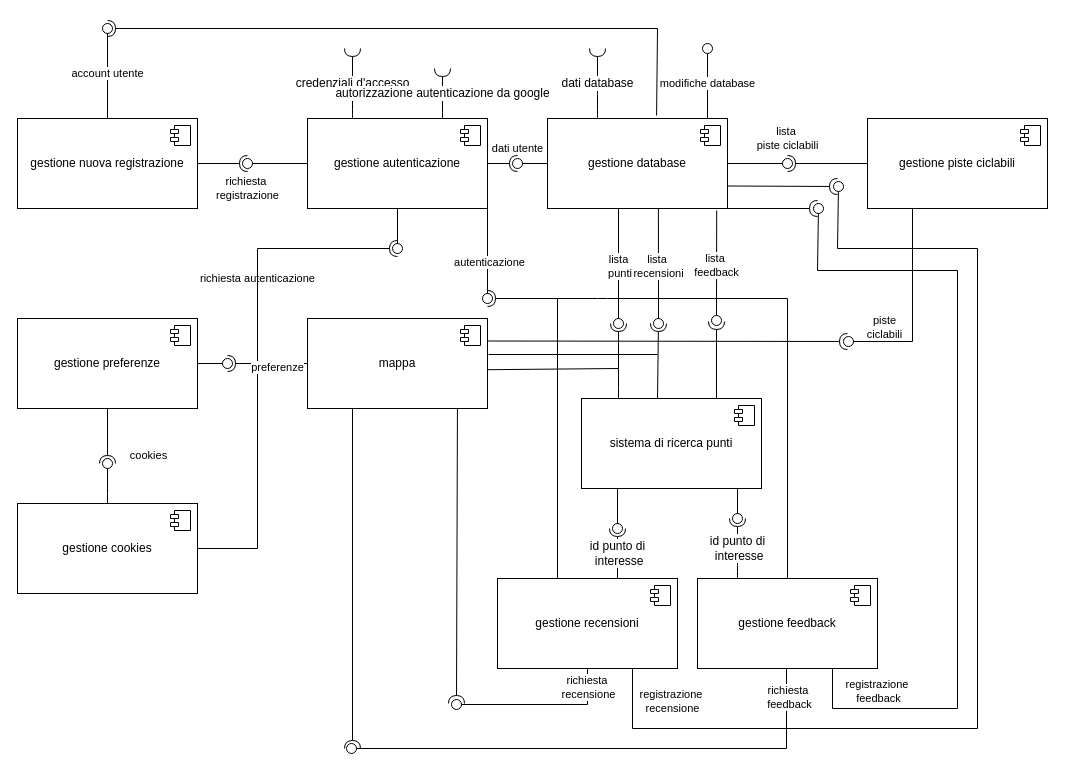
The draw.io diagram componenti.drawio in riccardoFinelloUniTn/BikeInfo, before the edit. Source tidied: cells renumbered, new cells numbered last; positions are measured from the earlier drawing's top-left corner, leaving out a move shared by most shapes. Both pictures are drawn from the tidied source at 100%, with x=0, y=0 at pixel (17, 28).
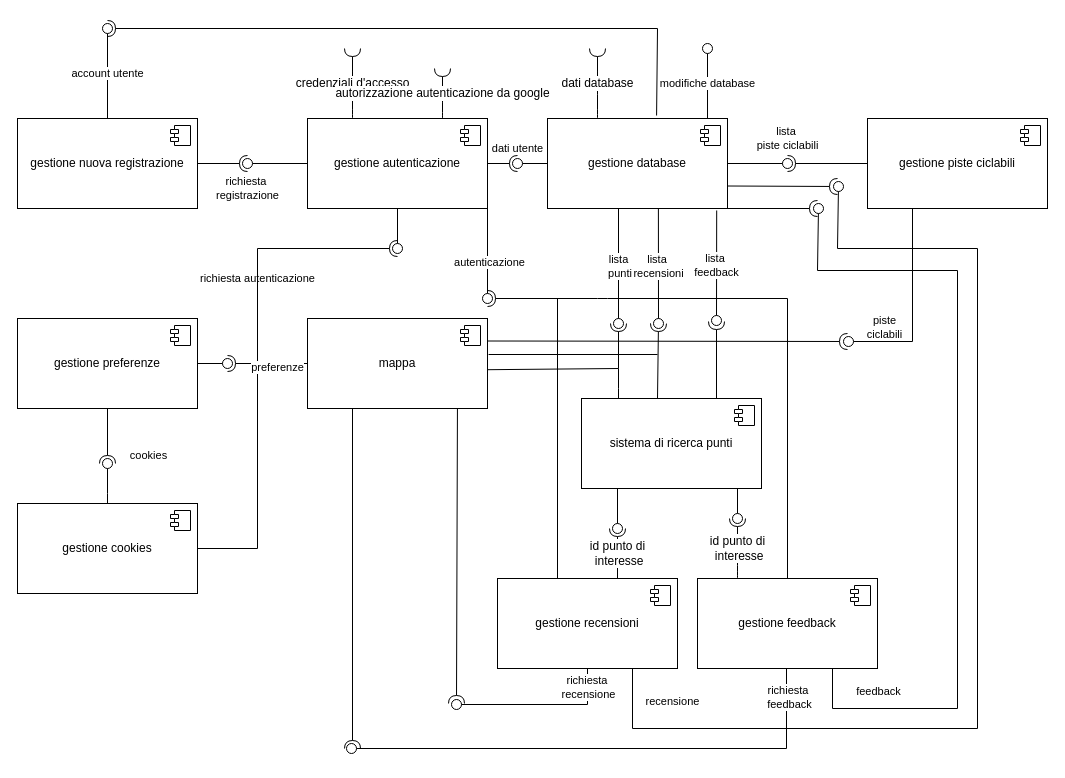
Above is the later version.

The change refers to these unchanged cells:
```xml
<mxCell id="68" style="rounded=0;jettySize=auto;html=1;endArrow=oval;endFill=0;sketch=0;sourcePerimeterSpacing=0;targetPerimeterSpacing=0;endSize=10;exitX=0.75;exitY=1;exitDx=0;exitDy=0;" parent="1" edge="1" source="4" target="67">
  <mxGeometry relative="1" as="geometry">
    <Array as="points">
      <mxPoint x="615" y="700" />
      <mxPoint x="960" y="700" />
      <mxPoint x="960" y="220" />
      <mxPoint x="820" y="220" />
    </Array>
  </mxGeometry>
</mxCell>
<mxCell id="71" style="rounded=0;jettySize=auto;html=1;endArrow=oval;endFill=0;sketch=0;sourcePerimeterSpacing=0;targetPerimeterSpacing=0;endSize=10;exitX=0.75;exitY=1;exitDx=0;exitDy=0;" parent="1" edge="1" source="8">
  <mxGeometry relative="1" as="geometry">
    <mxPoint x="801" y="180" as="targetPoint" />
    <Array as="points">
      <mxPoint x="815" y="680" />
      <mxPoint x="940" y="680" />
      <mxPoint x="940" y="242" />
      <mxPoint x="800" y="242" />
    </Array>
  </mxGeometry>
</mxCell>
```

Diff of the diagram source:
```diff
@@
-    <mxCell id="69" value="registrazione&amp;nbsp;&lt;div&gt;recensione&lt;/div&gt;" style="edgeLabel;html=1;align=center;verticalAlign=middle;" parent="68" vertex="1">
+    <mxCell id="69" value="recensione" style="edgeLabel;html=1;align=center;verticalAlign=middle;" parent="68" vertex="1">
       <mxGeometry x="-0.93" y="2" relative="1" as="geometry">
         <mxPoint x="37" y="-6" as="offset" />
       </mxGeometry>
     </mxCell>
@@
-    <mxCell id="72" value="registrazione&amp;nbsp;&lt;div&gt;feedback&lt;/div&gt;" style="edgeLabel;html=1;align=center;verticalAlign=middle;" parent="71" vertex="1">
+    <mxCell id="72" value="feedback" style="edgeLabel;html=1;align=center;verticalAlign=middle;" parent="71" vertex="1">
       <mxGeometry x="-0.93" y="2" relative="1" as="geometry">
         <mxPoint x="43" y="-6" as="offset" />
       </mxGeometry>
     </mxCell>
```
